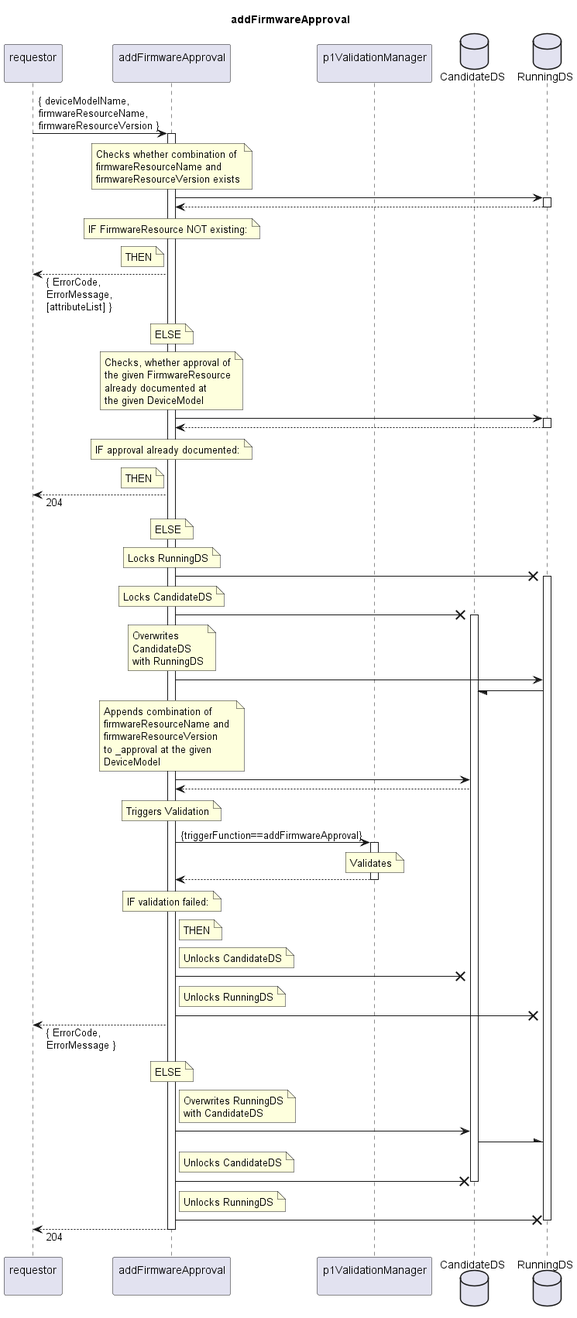
Above: spec/Services/addFirmwareApproval/1.0.0/addFirmwareApproval.png in openBackhaul/FirmWareManager (PlantUML), before the change.
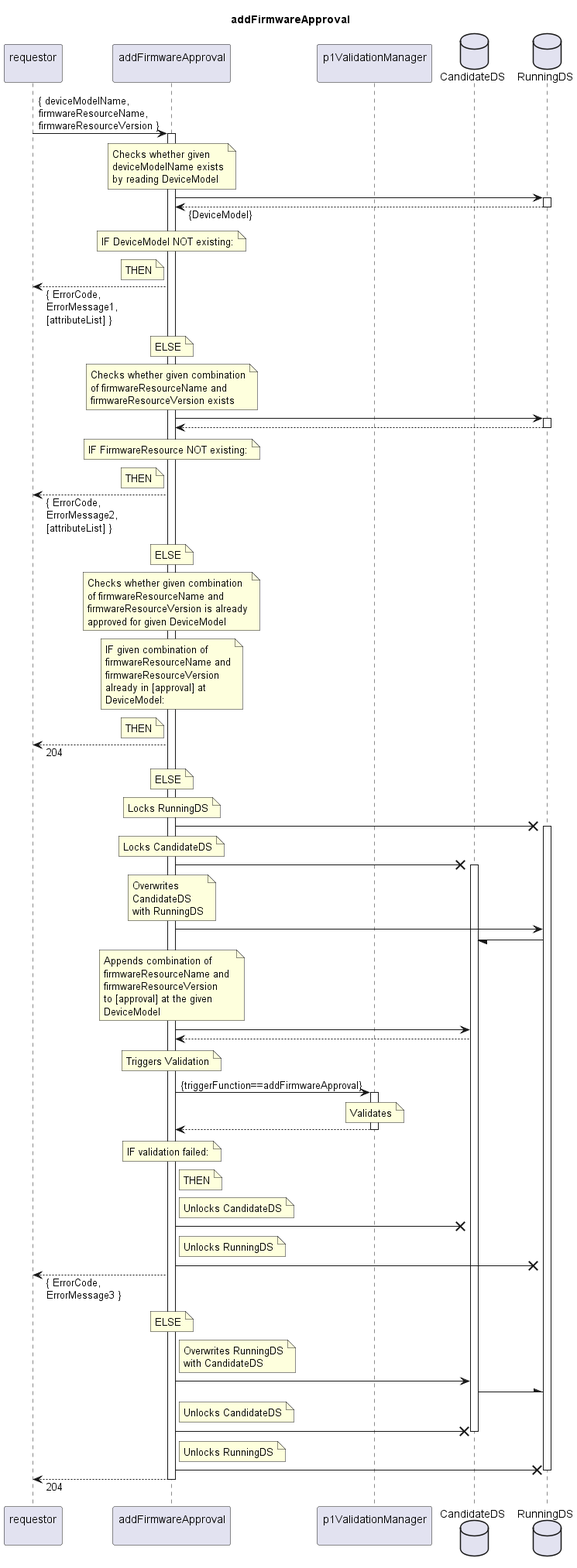
Later version of the same file.

What changed in the source:
```diff
@@ -15,8 +15,28 @@
 activate indServ
 
   note over indServ
-    Checks whether combination of
-    firmwareResourceName and
+    Checks whether given
+    deviceModelName exists
+    by reading DeviceModel
+  end note
+  indServ -> RunDS
+  activate RunDS
+  indServ <-- RunDS: {DeviceModel}
+  deactivate RunDS
+  note over indServ
+    IF DeviceModel NOT existing:
+  end note
+  note left indServ
+    THEN
+  end note
+  requestor <-- indServ: { ErrorCode,\nErrorMessage1,\n[attributeList] }
+  note over indServ
+    ELSE
+  end note
+
+  note over indServ
+    Checks whether given combination
+    of firmwareResourceName and
     firmwareResourceVersion exists
   end note
   indServ -> RunDS
@@ -29,23 +49,23 @@
   note left indServ
     THEN
   end note
-  requestor <-- indServ: { ErrorCode,\nErrorMessage,\n[attributeList] }
+  requestor <-- indServ: { ErrorCode,\nErrorMessage2,\n[attributeList] }
   note over indServ
     ELSE
   end note
 
   note over indServ
-    Checks, whether approval of
-    the given FirmwareResource
-    already documented at
-    the given DeviceModel
+    Checks whether given combination
+    of firmwareResourceName and
+    firmwareResourceVersion is already
+    approved for given DeviceModel
   end note
-  indServ -> RunDS
-  activate RunDS
-  indServ <-- RunDS
-  deactivate RunDS
   note over indServ
-    IF approval already documented:
+    IF given combination of
+    firmwareResourceName and
+    firmwareResourceVersion
+    already in [approval] at
+    DeviceModel:
   end note
   note left indServ
     THEN
@@ -77,7 +97,7 @@
     Appends combination of
     firmwareResourceName and
     firmwareResourceVersion
-    to _approval at the given
+    to [approval] at the given
     DeviceModel
   end note
   indServ -> CanDS
@@ -107,7 +127,7 @@
     Unlocks RunningDS
   end note
   indServ -X RunDS
-  requestor <-- indServ: { ErrorCode,\nErrorMessage }
+  requestor <-- indServ: { ErrorCode,\nErrorMessage3 }
   note over indServ
     ELSE
   end note
```
